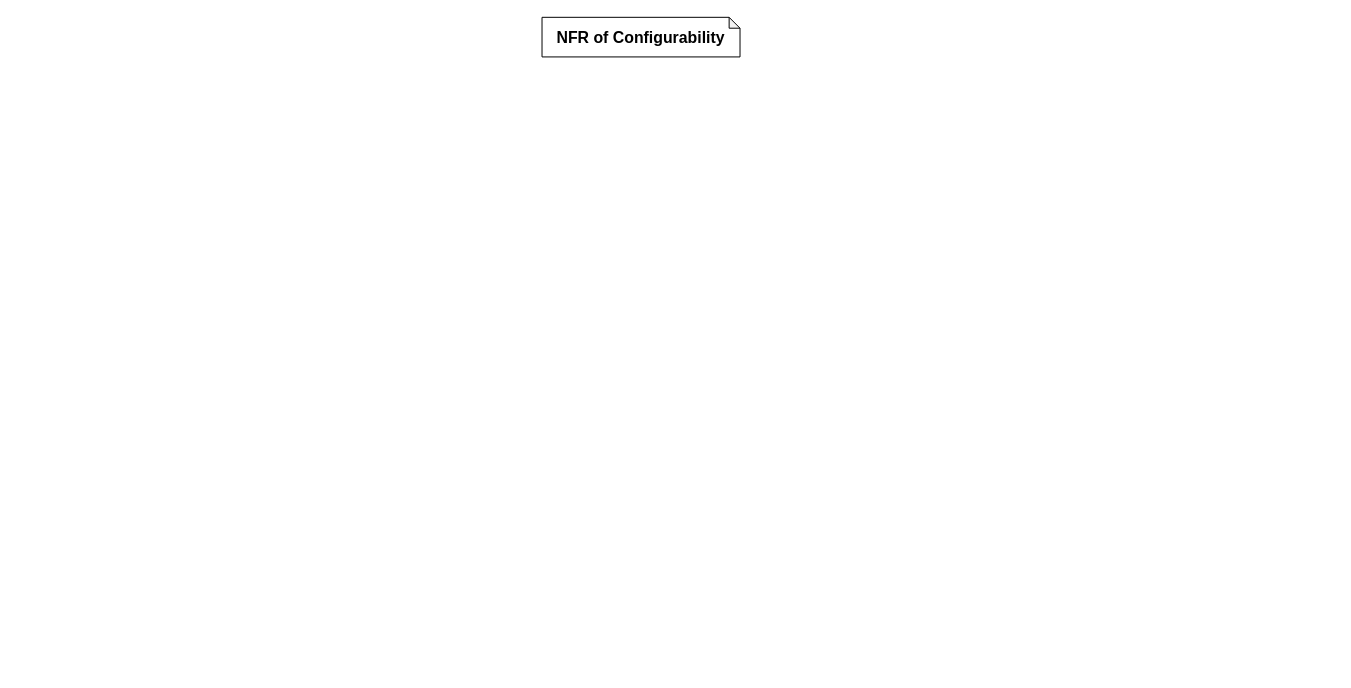
Earlier version of the draw.io diagram final_nfr_traceability.drawio (ShineSoYoung/TEST). Source tidied: cells renumbered, new cells numbered last; positions are measured from the earlier drawing's top-left corner, leaving out a move shared by most shapes. Both pictures are drawn from the tidied source at 99%, with x=0, y=0 at pixel (542, 17).
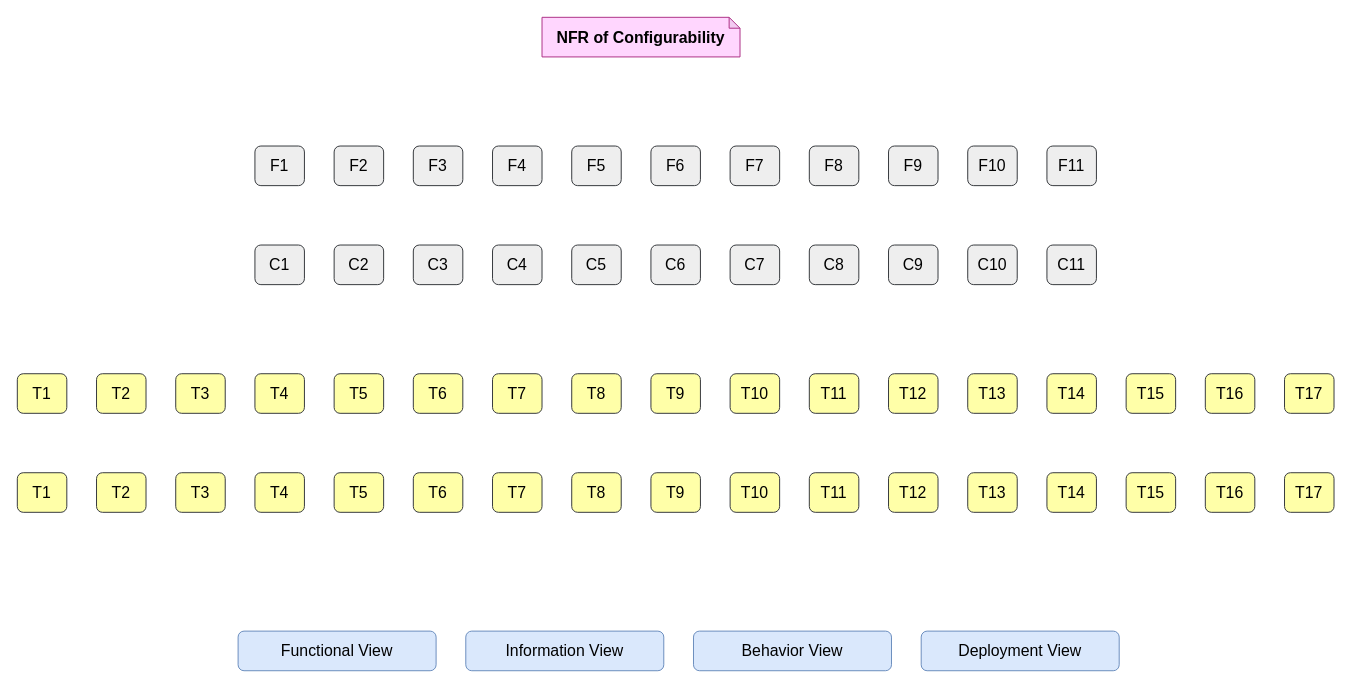
After the change.

The edit, as a diff of the source:
```diff
@@
-    <mxCell id="2" value="&lt;b style=&quot;font-size: 16px;&quot;&gt;NFR of Configurability&lt;/b&gt;" style="shape=note;whiteSpace=wrap;html=1;backgroundOutline=1;darkOpacity=0.05;size=11;fontSize=16;" parent="1" vertex="1">
+    <mxCell id="2" value="&lt;b style=&quot;font-size: 16px;&quot;&gt;NFR of Configurability&lt;/b&gt;" style="shape=note;whiteSpace=wrap;html=1;backgroundOutline=1;darkOpacity=0.05;size=11;fontSize=16;fillColor=#ffd6fe;strokeColor=#ae3287;" parent="1" vertex="1">
       <mxGeometry width="200" height="40" as="geometry" />
     </mxCell>
+    <mxCell id="3" value="&lt;font style=&quot;font-size: 16px;&quot;&gt;F1&lt;/font&gt;" style="rounded=1;whiteSpace=wrap;html=1;fillColor=#eeeeee;strokeColor=#36393d;" parent="1" vertex="1">
+      <mxGeometry x="-290" y="130" width="50" height="40" as="geometry" />
+    </mxCell>
+    <mxCell id="4" value="&lt;font style=&quot;font-size: 16px;&quot;&gt;F2&lt;/font&gt;" style="rounded=1;whiteSpace=wrap;html=1;fillColor=#eeeeee;strokeColor=#36393d;" parent="1" vertex="1">
+      <mxGeometry x="-210" y="130" width="50" height="40" as="geometry" />
+    </mxCell>
+    <mxCell id="5" value="&lt;font style=&quot;font-size: 16px;&quot;&gt;F3&lt;/font&gt;" style="rounded=1;whiteSpace=wrap;html=1;fillColor=#eeeeee;strokeColor=#36393d;" parent="1" vertex="1">
+      <mxGeometry x="-130" y="130" width="50" height="40" as="geometry" />
+    </mxCell>
+    <mxCell id="6" value="&lt;font style=&quot;font-size: 16px;&quot;&gt;F4&lt;/font&gt;" style="rounded=1;whiteSpace=wrap;html=1;fillColor=#eeeeee;strokeColor=#36393d;" parent="1" vertex="1">
+      <mxGeometry x="-50" y="130" width="50" height="40" as="geometry" />
+    </mxCell>
+    <mxCell id="7" value="&lt;font style=&quot;font-size: 16px;&quot;&gt;F5&lt;/font&gt;" style="rounded=1;whiteSpace=wrap;html=1;fillColor=#eeeeee;strokeColor=#36393d;" parent="1" vertex="1">
+      <mxGeometry x="30" y="130" width="50" height="40" as="geometry" />
+    </mxCell>
+    <mxCell id="8" value="&lt;font style=&quot;font-size: 16px;&quot;&gt;F6&lt;/font&gt;" style="rounded=1;whiteSpace=wrap;html=1;fillColor=#eeeeee;strokeColor=#36393d;" parent="1" vertex="1">
+      <mxGeometry x="110" y="130" width="50" height="40" as="geometry" />
+    </mxCell>
+    <mxCell id="9" value="&lt;font style=&quot;font-size: 16px;&quot;&gt;F7&lt;/font&gt;" style="rounded=1;whiteSpace=wrap;html=1;fillColor=#eeeeee;strokeColor=#36393d;" parent="1" vertex="1">
+      <mxGeometry x="190" y="130" width="50" height="40" as="geometry" />
+    </mxCell>
+    <mxCell id="10" value="&lt;font style=&quot;font-size: 16px;&quot;&gt;F8&lt;/font&gt;" style="rounded=1;whiteSpace=wrap;html=1;fillColor=#eeeeee;strokeColor=#36393d;" parent="1" vertex="1">
+      <mxGeometry x="270" y="130" width="50" height="40" as="geometry" />
+    </mxCell>
+    <mxCell id="11" value="&lt;font style=&quot;font-size: 16px;&quot;&gt;F9&lt;/font&gt;" style="rounded=1;whiteSpace=wrap;html=1;fillColor=#eeeeee;strokeColor=#36393d;" parent="1" vertex="1">
+      <mxGeometry x="350" y="130" width="50" height="40" as="geometry" />
+    </mxCell>
+    <mxCell id="12" value="&lt;font style=&quot;font-size: 16px;&quot;&gt;F10&lt;/font&gt;" style="rounded=1;whiteSpace=wrap;html=1;fillColor=#eeeeee;strokeColor=#36393d;" parent="1" vertex="1">
+      <mxGeometry x="430" y="130" width="50" height="40" as="geometry" />
+    </mxCell>
+    <mxCell id="13" value="&lt;font style=&quot;font-size: 16px;&quot;&gt;F11&lt;/font&gt;" style="rounded=1;whiteSpace=wrap;html=1;fillColor=#eeeeee;strokeColor=#36393d;" parent="1" vertex="1">
+      <mxGeometry x="510" y="130" width="50" height="40" as="geometry" />
+    </mxCell>
+    <mxCell id="14" value="&lt;font style=&quot;font-size: 16px;&quot;&gt;C1&lt;/font&gt;" style="rounded=1;whiteSpace=wrap;html=1;fillColor=#eeeeee;strokeColor=#36393d;" parent="1" vertex="1">
+      <mxGeometry x="-290" y="230" width="50" height="40" as="geometry" />
+    </mxCell>
+    <mxCell id="15" value="&lt;font style=&quot;font-size: 16px;&quot;&gt;C2&lt;/font&gt;" style="rounded=1;whiteSpace=wrap;html=1;fillColor=#eeeeee;strokeColor=#36393d;" parent="1" vertex="1">
+      <mxGeometry x="-210" y="230" width="50" height="40" as="geometry" />
+    </mxCell>
+    <mxCell id="16" value="&lt;font style=&quot;font-size: 16px;&quot;&gt;C3&lt;/font&gt;" style="rounded=1;whiteSpace=wrap;html=1;fillColor=#eeeeee;strokeColor=#36393d;" parent="1" vertex="1">
+      <mxGeometry x="-130" y="230" width="50" height="40" as="geometry" />
+    </mxCell>
+    <mxCell id="17" value="&lt;font style=&quot;font-size: 16px;&quot;&gt;C4&lt;/font&gt;" style="rounded=1;whiteSpace=wrap;html=1;fillColor=#eeeeee;strokeColor=#36393d;" parent="1" vertex="1">
+      <mxGeometry x="-50" y="230" width="50" height="40" as="geometry" />
+    </mxCell>
+    <mxCell id="18" value="&lt;font style=&quot;font-size: 16px;&quot;&gt;C5&lt;/font&gt;" style="rounded=1;whiteSpace=wrap;html=1;fillColor=#eeeeee;strokeColor=#36393d;" parent="1" vertex="1">
+      <mxGeometry x="30" y="230" width="50" height="40" as="geometry" />
+    </mxCell>
+    <mxCell id="19" value="&lt;font style=&quot;font-size: 16px;&quot;&gt;C6&lt;/font&gt;" style="rounded=1;whiteSpace=wrap;html=1;fillColor=#eeeeee;strokeColor=#36393d;" parent="1" vertex="1">
+      <mxGeometry x="110" y="230" width="50" height="40" as="geometry" />
+    </mxCell>
+    <mxCell id="20" value="&lt;font style=&quot;font-size: 16px;&quot;&gt;C7&lt;/font&gt;" style="rounded=1;whiteSpace=wrap;html=1;fillColor=#eeeeee;strokeColor=#36393d;" parent="1" vertex="1">
+      <mxGeometry x="190" y="230" width="50" height="40" as="geometry" />
+    </mxCell>
+    <mxCell id="21" value="&lt;font style=&quot;font-size: 16px;&quot;&gt;C8&lt;/font&gt;" style="rounded=1;whiteSpace=wrap;html=1;fillColor=#eeeeee;strokeColor=#36393d;" parent="1" vertex="1">
+      <mxGeometry x="270" y="230" width="50" height="40" as="geometry" />
+    </mxCell>
+    <mxCell id="22" value="&lt;font style=&quot;font-size: 16px;&quot;&gt;C9&lt;/font&gt;" style="rounded=1;whiteSpace=wrap;html=1;fillColor=#eeeeee;strokeColor=#36393d;" parent="1" vertex="1">
+      <mxGeometry x="350" y="230" width="50" height="40" as="geometry" />
+    </mxCell>
+    <mxCell id="23" value="&lt;font style=&quot;font-size: 16px;&quot;&gt;C10&lt;/font&gt;" style="rounded=1;whiteSpace=wrap;html=1;fillColor=#eeeeee;strokeColor=#36393d;" parent="1" vertex="1">
+      <mxGeometry x="430" y="230" width="50" height="40" as="geometry" />
+    </mxCell>
+    <mxCell id="24" value="&lt;font style=&quot;font-size: 16px;&quot;&gt;C11&lt;/font&gt;" style="rounded=1;whiteSpace=wrap;html=1;fillColor=#eeeeee;strokeColor=#36393d;" parent="1" vertex="1">
+      <mxGeometry x="510" y="230" width="50" height="40" as="geometry" />
+    </mxCell>
+    <mxCell id="25" value="&lt;font style=&quot;font-size: 16px;&quot;&gt;T1&lt;/font&gt;" style="rounded=1;whiteSpace=wrap;html=1;fillColor=#ffffa8;strokeColor=#36393d;" parent="1" vertex="1">
+      <mxGeometry x="-530" y="360" width="50" height="40" as="geometry" />
+    </mxCell>
+    <mxCell id="26" value="&lt;font style=&quot;font-size: 16px;&quot;&gt;T2&lt;/font&gt;" style="rounded=1;whiteSpace=wrap;html=1;fillColor=#ffffa8;strokeColor=#36393d;" parent="1" vertex="1">
+      <mxGeometry x="-450" y="360" width="50" height="40" as="geometry" />
+    </mxCell>
+    <mxCell id="27" value="&lt;font style=&quot;font-size: 16px;&quot;&gt;T3&lt;/font&gt;" style="rounded=1;whiteSpace=wrap;html=1;fillColor=#ffffa8;strokeColor=#36393d;" parent="1" vertex="1">
+      <mxGeometry x="-370" y="360" width="50" height="40" as="geometry" />
+    </mxCell>
+    <mxCell id="28" value="&lt;font style=&quot;font-size: 16px;&quot;&gt;T4&lt;/font&gt;" style="rounded=1;whiteSpace=wrap;html=1;fillColor=#ffffa8;strokeColor=#36393d;" parent="1" vertex="1">
+      <mxGeometry x="-290" y="360" width="50" height="40" as="geometry" />
+    </mxCell>
+    <mxCell id="29" value="&lt;font style=&quot;font-size: 16px;&quot;&gt;T5&lt;/font&gt;" style="rounded=1;whiteSpace=wrap;html=1;fillColor=#ffffa8;strokeColor=#36393d;" parent="1" vertex="1">
+      <mxGeometry x="-210" y="360" width="50" height="40" as="geometry" />
+    </mxCell>
+    <mxCell id="30" value="&lt;font style=&quot;font-size: 16px;&quot;&gt;T6&lt;/font&gt;" style="rounded=1;whiteSpace=wrap;html=1;fillColor=#ffffa8;strokeColor=#36393d;" parent="1" vertex="1">
+      <mxGeometry x="-130" y="360" width="50" height="40" as="geometry" />
+    </mxCell>
+    <mxCell id="31" value="&lt;font style=&quot;font-size: 16px;&quot;&gt;T7&lt;/font&gt;" style="rounded=1;whiteSpace=wrap;html=1;fillColor=#ffffa8;strokeColor=#36393d;" parent="1" vertex="1">
+      <mxGeometry x="-50" y="360" width="50" height="40" as="geometry" />
+    </mxCell>
+    <mxCell id="32" value="&lt;font style=&quot;font-size: 16px;&quot;&gt;T8&lt;/font&gt;" style="rounded=1;whiteSpace=wrap;html=1;fillColor=#ffffa8;strokeColor=#36393d;" parent="1" vertex="1">
+      <mxGeometry x="30" y="360" width="50" height="40" as="geometry" />
+    </mxCell>
+    <mxCell id="33" value="&lt;font style=&quot;font-size: 16px;&quot;&gt;T9&lt;/font&gt;" style="rounded=1;whiteSpace=wrap;html=1;fillColor=#ffffa8;strokeColor=#36393d;" parent="1" vertex="1">
+      <mxGeometry x="110" y="360" width="50" height="40" as="geometry" />
+    </mxCell>
+    <mxCell id="34" value="&lt;font style=&quot;font-size: 16px;&quot;&gt;T10&lt;/font&gt;" style="rounded=1;whiteSpace=wrap;html=1;fillColor=#ffffa8;strokeColor=#36393d;" parent="1" vertex="1">
+      <mxGeometry x="190" y="360" width="50" height="40" as="geometry" />
+    </mxCell>
+    <mxCell id="35" value="&lt;font style=&quot;font-size: 16px;&quot;&gt;T11&lt;/font&gt;" style="rounded=1;whiteSpace=wrap;html=1;fillColor=#ffffa8;strokeColor=#36393d;" parent="1" vertex="1">
+      <mxGeometry x="270" y="360" width="50" height="40" as="geometry" />
+    </mxCell>
+    <mxCell id="36" value="&lt;font style=&quot;font-size: 16px;&quot;&gt;T12&lt;/font&gt;" style="rounded=1;whiteSpace=wrap;html=1;fillColor=#ffffa8;strokeColor=#36393d;" parent="1" vertex="1">
+      <mxGeometry x="350" y="360" width="50" height="40" as="geometry" />
+    </mxCell>
+    <mxCell id="37" value="&lt;font style=&quot;font-size: 16px;&quot;&gt;T13&lt;/font&gt;" style="rounded=1;whiteSpace=wrap;html=1;fillColor=#ffffa8;strokeColor=#36393d;" parent="1" vertex="1">
+      <mxGeometry x="430" y="360" width="50" height="40" as="geometry" />
+    </mxCell>
+    <mxCell id="38" value="&lt;font style=&quot;font-size: 16px;&quot;&gt;T14&lt;/font&gt;" style="rounded=1;whiteSpace=wrap;html=1;fillColor=#ffffa8;strokeColor=#36393d;" parent="1" vertex="1">
+      <mxGeometry x="510" y="360" width="50" height="40" as="geometry" />
+    </mxCell>
+    <mxCell id="39" value="&lt;font style=&quot;font-size: 16px;&quot;&gt;T15&lt;/font&gt;" style="rounded=1;whiteSpace=wrap;html=1;fillColor=#ffffa8;strokeColor=#36393d;" parent="1" vertex="1">
+      <mxGeometry x="590" y="360" width="50" height="40" as="geometry" />
+    </mxCell>
+    <mxCell id="40" value="&lt;font style=&quot;font-size: 16px;&quot;&gt;T16&lt;/font&gt;" style="rounded=1;whiteSpace=wrap;html=1;fillColor=#ffffa8;strokeColor=#36393d;" parent="1" vertex="1">
+      <mxGeometry x="670" y="360" width="50" height="40" as="geometry" />
+    </mxCell>
+    <mxCell id="41" value="&lt;font style=&quot;font-size: 16px;&quot;&gt;T17&lt;/font&gt;" style="rounded=1;whiteSpace=wrap;html=1;fillColor=#ffffa8;strokeColor=#36393d;" parent="1" vertex="1">
+      <mxGeometry x="750" y="360" width="50" height="40" as="geometry" />
+    </mxCell>
+    <mxCell id="42" value="&lt;font style=&quot;font-size: 16px;&quot;&gt;T1&lt;/font&gt;" style="rounded=1;whiteSpace=wrap;html=1;fillColor=#ffffa8;strokeColor=#36393d;" parent="1" vertex="1">
+      <mxGeometry x="-530" y="460" width="50" height="40" as="geometry" />
+    </mxCell>
+    <mxCell id="43" value="&lt;font style=&quot;font-size: 16px;&quot;&gt;T2&lt;/font&gt;" style="rounded=1;whiteSpace=wrap;html=1;fillColor=#ffffa8;strokeColor=#36393d;" parent="1" vertex="1">
+      <mxGeometry x="-450" y="460" width="50" height="40" as="geometry" />
+    </mxCell>
+    <mxCell id="44" value="&lt;font style=&quot;font-size: 16px;&quot;&gt;T3&lt;/font&gt;" style="rounded=1;whiteSpace=wrap;html=1;fillColor=#ffffa8;strokeColor=#36393d;" parent="1" vertex="1">
+      <mxGeometry x="-370" y="460" width="50" height="40" as="geometry" />
+    </mxCell>
+    <mxCell id="45" value="&lt;font style=&quot;font-size: 16px;&quot;&gt;T4&lt;/font&gt;" style="rounded=1;whiteSpace=wrap;html=1;fillColor=#ffffa8;strokeColor=#36393d;" parent="1" vertex="1">
+      <mxGeometry x="-290" y="460" width="50" height="40" as="geometry" />
+    </mxCell>
+    <mxCell id="46" value="&lt;font style=&quot;font-size: 16px;&quot;&gt;T5&lt;/font&gt;" style="rounded=1;whiteSpace=wrap;html=1;fillColor=#ffffa8;strokeColor=#36393d;" parent="1" vertex="1">
+      <mxGeometry x="-210" y="460" width="50" height="40" as="geometry" />
+    </mxCell>
+    <mxCell id="47" value="&lt;font style=&quot;font-size: 16px;&quot;&gt;T6&lt;/font&gt;" style="rounded=1;whiteSpace=wrap;html=1;fillColor=#ffffa8;strokeColor=#36393d;" parent="1" vertex="1">
+      <mxGeometry x="-130" y="460" width="50" height="40" as="geometry" />
+    </mxCell>
+    <mxCell id="48" value="&lt;font style=&quot;font-size: 16px;&quot;&gt;T7&lt;/font&gt;" style="rounded=1;whiteSpace=wrap;html=1;fillColor=#ffffa8;strokeColor=#36393d;" parent="1" vertex="1">
+      <mxGeometry x="-50" y="460" width="50" height="40" as="geometry" />
+    </mxCell>
+    <mxCell id="49" value="&lt;font style=&quot;font-size: 16px;&quot;&gt;T8&lt;/font&gt;" style="rounded=1;whiteSpace=wrap;html=1;fillColor=#ffffa8;strokeColor=#36393d;" parent="1" vertex="1">
+      <mxGeometry x="30" y="460" width="50" height="40" as="geometry" />
+    </mxCell>
+    <mxCell id="50" value="&lt;font style=&quot;font-size: 16px;&quot;&gt;T9&lt;/font&gt;" style="rounded=1;whiteSpace=wrap;html=1;fillColor=#ffffa8;strokeColor=#36393d;" parent="1" vertex="1">
+      <mxGeometry x="110" y="460" width="50" height="40" as="geometry" />
+    </mxCell>
+    <mxCell id="51" value="&lt;font style=&quot;font-size: 16px;&quot;&gt;T10&lt;/font&gt;" style="rounded=1;whiteSpace=wrap;html=1;fillColor=#ffffa8;strokeColor=#36393d;" parent="1" vertex="1">
+      <mxGeometry x="190" y="460" width="50" height="40" as="geometry" />
+    </mxCell>
+    <mxCell id="52" value="&lt;font style=&quot;font-size: 16px;&quot;&gt;T11&lt;/font&gt;" style="rounded=1;whiteSpace=wrap;html=1;fillColor=#ffffa8;strokeColor=#36393d;" parent="1" vertex="1">
+      <mxGeometry x="270" y="460" width="50" height="40" as="geometry" />
+    </mxCell>
+    <mxCell id="53" value="&lt;font style=&quot;font-size: 16px;&quot;&gt;T12&lt;/font&gt;" style="rounded=1;whiteSpace=wrap;html=1;fillColor=#ffffa8;strokeColor=#36393d;" parent="1" vertex="1">
+      <mxGeometry x="350" y="460" width="50" height="40" as="geometry" />
+    </mxCell>
+    <mxCell id="54" value="&lt;font style=&quot;font-size: 16px;&quot;&gt;T13&lt;/font&gt;" style="rounded=1;whiteSpace=wrap;html=1;fillColor=#ffffa8;strokeColor=#36393d;" parent="1" vertex="1">
+      <mxGeometry x="430" y="460" width="50" height="40" as="geometry" />
+    </mxCell>
+    <mxCell id="55" value="&lt;font style=&quot;font-size: 16px;&quot;&gt;T14&lt;/font&gt;" style="rounded=1;whiteSpace=wrap;html=1;fillColor=#ffffa8;strokeColor=#36393d;" parent="1" vertex="1">
+      <mxGeometry x="510" y="460" width="50" height="40" as="geometry" />
+    </mxCell>
+    <mxCell id="56" value="&lt;font style=&quot;font-size: 16px;&quot;&gt;T15&lt;/font&gt;" style="rounded=1;whiteSpace=wrap;html=1;fillColor=#ffffa8;strokeColor=#36393d;" parent="1" vertex="1">
+      <mxGeometry x="590" y="460" width="50" height="40" as="geometry" />
+    </mxCell>
+    <mxCell id="57" value="&lt;font style=&quot;font-size: 16px;&quot;&gt;T16&lt;/font&gt;" style="rounded=1;whiteSpace=wrap;html=1;fillColor=#ffffa8;strokeColor=#36393d;" parent="1" vertex="1">
+      <mxGeometry x="670" y="460" width="50" height="40" as="geometry" />
+    </mxCell>
+    <mxCell id="58" value="&lt;font style=&quot;font-size: 16px;&quot;&gt;T17&lt;/font&gt;" style="rounded=1;whiteSpace=wrap;html=1;fillColor=#ffffa8;strokeColor=#36393d;" parent="1" vertex="1">
+      <mxGeometry x="750" y="460" width="50" height="40" as="geometry" />
+    </mxCell>
+    <mxCell id="59" value="&lt;span style=&quot;font-size: 16px;&quot;&gt;Functional View&lt;/span&gt;" style="rounded=1;whiteSpace=wrap;html=1;fillColor=#dae8fc;strokeColor=#6c8ebf;" parent="1" vertex="1">
+      <mxGeometry x="-307" y="620" width="200" height="40" as="geometry" />
+    </mxCell>
+    <mxCell id="60" value="&lt;span style=&quot;font-size: 16px;&quot;&gt;Information View&lt;/span&gt;" style="rounded=1;whiteSpace=wrap;html=1;fillColor=#dae8fc;strokeColor=#6c8ebf;" parent="1" vertex="1">
+      <mxGeometry x="-77" y="620" width="200" height="40" as="geometry" />
+    </mxCell>
+    <mxCell id="61" value="&lt;span style=&quot;font-size: 16px;&quot;&gt;Behavior View&lt;/span&gt;" style="rounded=1;whiteSpace=wrap;html=1;fillColor=#dae8fc;strokeColor=#6c8ebf;" parent="1" vertex="1">
+      <mxGeometry x="153" y="620" width="200" height="40" as="geometry" />
+    </mxCell>
+    <mxCell id="62" value="&lt;span style=&quot;font-size: 16px;&quot;&gt;Deployment View&lt;/span&gt;" style="rounded=1;whiteSpace=wrap;html=1;fillColor=#dae8fc;strokeColor=#6c8ebf;" parent="1" vertex="1">
+      <mxGeometry x="383" y="620" width="200" height="40" as="geometry" />
+    </mxCell>
```
